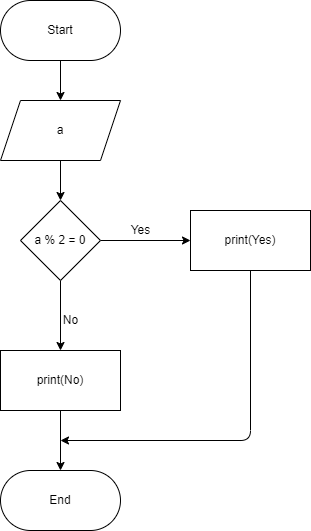
Earlier version of the draw.io export lesson1/ex03/ex03.drawio.png (AlexandrZimakov/HomeWork_1). Source tidied: cells renumbered, new cells last; positions are measured from the earlier drawing's top-left corner, leaving out a move shared by most shapes. Source of this version:
```xml
<mxGraphModel>
  <root>
    <mxCell id="0" />
    <mxCell id="1" parent="0" />
    <mxCell id="2" style="edgeStyle=none;html=1;exitX=0.5;exitY=1;exitDx=0;exitDy=0;entryX=0.5;entryY=0;entryDx=0;entryDy=0;" parent="1" edge="1" source="3" target="5">
      <mxGeometry relative="1" as="geometry" />
    </mxCell>
    <mxCell id="3" value="Start" style="rounded=1;whiteSpace=wrap;html=1;arcSize=50;" parent="1" vertex="1">
      <mxGeometry width="120" height="60" as="geometry" />
    </mxCell>
    <mxCell id="4" style="edgeStyle=none;html=1;exitX=0.5;exitY=1;exitDx=0;exitDy=0;entryX=0.5;entryY=0;entryDx=0;entryDy=0;" parent="1" edge="1" source="5" target="8">
      <mxGeometry relative="1" as="geometry" />
    </mxCell>
    <mxCell id="5" value="a" style="shape=parallelogram;perimeter=parallelogramPerimeter;whiteSpace=wrap;html=1;fixedSize=1;" parent="1" vertex="1">
      <mxGeometry y="100" width="120" height="60" as="geometry" />
    </mxCell>
    <mxCell id="6" style="edgeStyle=none;html=1;exitX=1;exitY=0.5;exitDx=0;exitDy=0;entryX=0;entryY=0.5;entryDx=0;entryDy=0;" parent="1" edge="1" source="8" target="10">
      <mxGeometry relative="1" as="geometry" />
    </mxCell>
    <mxCell id="7" style="edgeStyle=none;html=1;exitX=0.5;exitY=1;exitDx=0;exitDy=0;entryX=0.5;entryY=0;entryDx=0;entryDy=0;" parent="1" edge="1" source="8" target="12">
      <mxGeometry relative="1" as="geometry" />
    </mxCell>
    <mxCell id="8" value="a % 2 = 0" style="rhombus;whiteSpace=wrap;html=1;" parent="1" vertex="1">
      <mxGeometry x="20" y="200" width="80" height="80" as="geometry" />
    </mxCell>
    <mxCell id="9" style="edgeStyle=none;html=1;exitX=0.5;exitY=1;exitDx=0;exitDy=0;" parent="1" edge="1" source="10">
      <mxGeometry relative="1" as="geometry">
        <mxPoint x="60" y="440" as="targetPoint" />
        <Array as="points">
          <mxPoint x="250" y="440" />
        </Array>
      </mxGeometry>
    </mxCell>
    <mxCell id="10" value="print(Yes)" style="rounded=0;whiteSpace=wrap;html=1;" parent="1" vertex="1">
      <mxGeometry x="190" y="210" width="120" height="60" as="geometry" />
    </mxCell>
    <mxCell id="11" style="edgeStyle=none;html=1;exitX=0.5;exitY=1;exitDx=0;exitDy=0;entryX=0.5;entryY=0;entryDx=0;entryDy=0;" parent="1" edge="1" source="12" target="13">
      <mxGeometry relative="1" as="geometry" />
    </mxCell>
    <mxCell id="12" value="print(No)" style="rounded=0;whiteSpace=wrap;html=1;" parent="1" vertex="1">
      <mxGeometry y="350" width="120" height="60" as="geometry" />
    </mxCell>
    <mxCell id="13" value="End" style="rounded=1;whiteSpace=wrap;html=1;arcSize=50;" parent="1" vertex="1">
      <mxGeometry y="470" width="120" height="60" as="geometry" />
    </mxCell>
    <mxCell id="14" value="Yes" style="text;html=1;align=center;verticalAlign=middle;strokeColor=none;fillColor=none;" parent="1" vertex="1">
      <mxGeometry x="120" y="220" width="40" height="20" as="geometry" />
    </mxCell>
    <mxCell id="15" value="No" style="text;html=1;align=center;verticalAlign=middle;strokeColor=none;fillColor=none;" parent="1" vertex="1">
      <mxGeometry x="55" y="310" width="30" height="20" as="geometry" />
    </mxCell>
  </root>
</mxGraphModel>
```
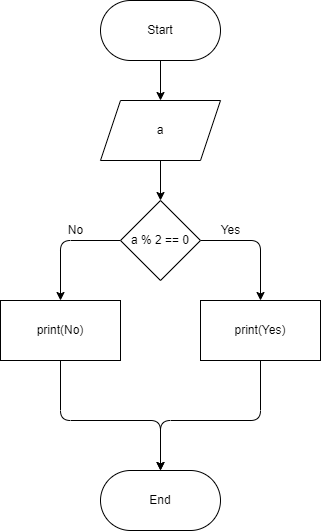
Above is the later version.

Change to the diagram source:
```diff
@@ -14,40 +14,53 @@
     <mxCell id="5" value="a" style="shape=parallelogram;perimeter=parallelogramPerimeter;whiteSpace=wrap;html=1;fixedSize=1;" parent="1" vertex="1">
       <mxGeometry y="100" width="120" height="60" as="geometry" />
     </mxCell>
-    <mxCell id="6" style="edgeStyle=none;html=1;exitX=1;exitY=0.5;exitDx=0;exitDy=0;entryX=0;entryY=0.5;entryDx=0;entryDy=0;" parent="1" edge="1" source="8" target="10">
-      <mxGeometry relative="1" as="geometry" />
+    <mxCell id="6" style="edgeStyle=none;html=1;exitX=1;exitY=0.5;exitDx=0;exitDy=0;entryX=0.5;entryY=0;entryDx=0;entryDy=0;" parent="1" edge="1" source="8" target="10">
+      <mxGeometry relative="1" as="geometry">
+        <Array as="points">
+          <mxPoint x="160" y="240" />
+        </Array>
+      </mxGeometry>
     </mxCell>
-    <mxCell id="7" style="edgeStyle=none;html=1;exitX=0.5;exitY=1;exitDx=0;exitDy=0;entryX=0.5;entryY=0;entryDx=0;entryDy=0;" parent="1" edge="1" source="8" target="12">
-      <mxGeometry relative="1" as="geometry" />
+    <mxCell id="7" style="edgeStyle=none;html=1;exitX=0;exitY=0.5;exitDx=0;exitDy=0;entryX=0.5;entryY=0;entryDx=0;entryDy=0;" parent="1" edge="1" source="8" target="12">
+      <mxGeometry relative="1" as="geometry">
+        <Array as="points">
+          <mxPoint x="-40" y="240" />
+        </Array>
+      </mxGeometry>
     </mxCell>
-    <mxCell id="8" value="a % 2 = 0" style="rhombus;whiteSpace=wrap;html=1;" parent="1" vertex="1">
+    <mxCell id="8" value="a % 2 == 0" style="rhombus;whiteSpace=wrap;html=1;" parent="1" vertex="1">
       <mxGeometry x="20" y="200" width="80" height="80" as="geometry" />
     </mxCell>
-    <mxCell id="9" style="edgeStyle=none;html=1;exitX=0.5;exitY=1;exitDx=0;exitDy=0;" parent="1" edge="1" source="10">
+    <mxCell id="9" style="edgeStyle=none;html=1;exitX=0.5;exitY=1;exitDx=0;exitDy=0;entryX=0.5;entryY=0;entryDx=0;entryDy=0;" parent="1" edge="1" source="10" target="13">
       <mxGeometry relative="1" as="geometry">
-        <mxPoint x="60" y="440" as="targetPoint" />
         <Array as="points">
-          <mxPoint x="250" y="440" />
+          <mxPoint x="160" y="420" />
+          <mxPoint x="60" y="420" />
         </Array>
       </mxGeometry>
     </mxCell>
     <mxCell id="10" value="print(Yes)" style="rounded=0;whiteSpace=wrap;html=1;" parent="1" vertex="1">
-      <mxGeometry x="190" y="210" width="120" height="60" as="geometry" />
+      <mxGeometry x="100" y="300" width="120" height="60" as="geometry" />
     </mxCell>
     <mxCell id="11" style="edgeStyle=none;html=1;exitX=0.5;exitY=1;exitDx=0;exitDy=0;entryX=0.5;entryY=0;entryDx=0;entryDy=0;" parent="1" edge="1" source="12" target="13">
-      <mxGeometry relative="1" as="geometry" />
+      <mxGeometry relative="1" as="geometry">
+        <Array as="points">
+          <mxPoint x="-40" y="420" />
+          <mxPoint x="60" y="420" />
+        </Array>
+      </mxGeometry>
     </mxCell>
     <mxCell id="12" value="print(No)" style="rounded=0;whiteSpace=wrap;html=1;" parent="1" vertex="1">
-      <mxGeometry y="350" width="120" height="60" as="geometry" />
+      <mxGeometry x="-100" y="300" width="120" height="60" as="geometry" />
     </mxCell>
     <mxCell id="13" value="End" style="rounded=1;whiteSpace=wrap;html=1;arcSize=50;" parent="1" vertex="1">
       <mxGeometry y="470" width="120" height="60" as="geometry" />
     </mxCell>
     <mxCell id="14" value="Yes" style="text;html=1;align=center;verticalAlign=middle;strokeColor=none;fillColor=none;" parent="1" vertex="1">
-      <mxGeometry x="120" y="220" width="40" height="20" as="geometry" />
+      <mxGeometry x="110" y="220" width="40" height="20" as="geometry" />
     </mxCell>
     <mxCell id="15" value="No" style="text;html=1;align=center;verticalAlign=middle;strokeColor=none;fillColor=none;" parent="1" vertex="1">
-      <mxGeometry x="55" y="310" width="30" height="20" as="geometry" />
+      <mxGeometry x="-40" y="220" width="30" height="20" as="geometry" />
     </mxCell>
   </root>
 </mxGraphModel>
```
